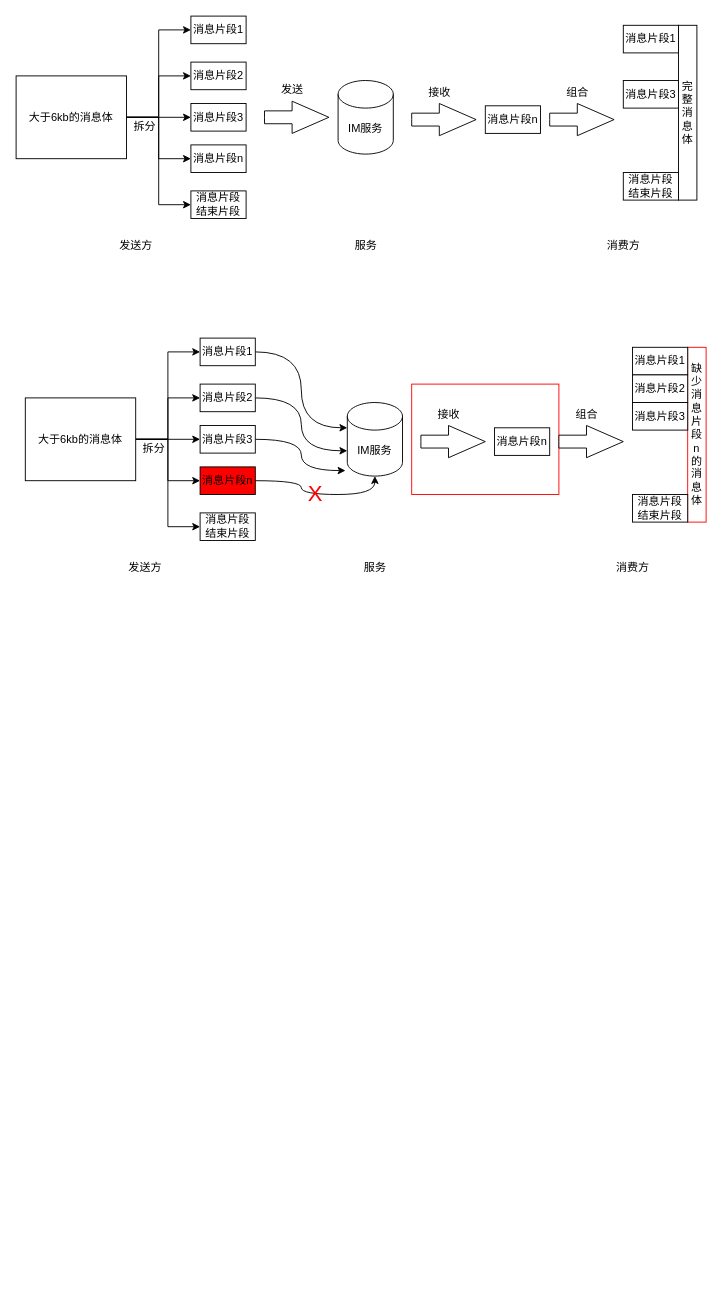
kkgg123/ROOT keeps this draw.io diagram as Untitled Diagram.drawio. Above is the earlier version. Source tidied: cells renumbered, new cells numbered last; positions are measured from the earlier drawing's top-left corner, leaving out a move shared by most shapes. Both pictures are drawn from the tidied source at 92%, with x=0, y=0 at pixel (16, 16).
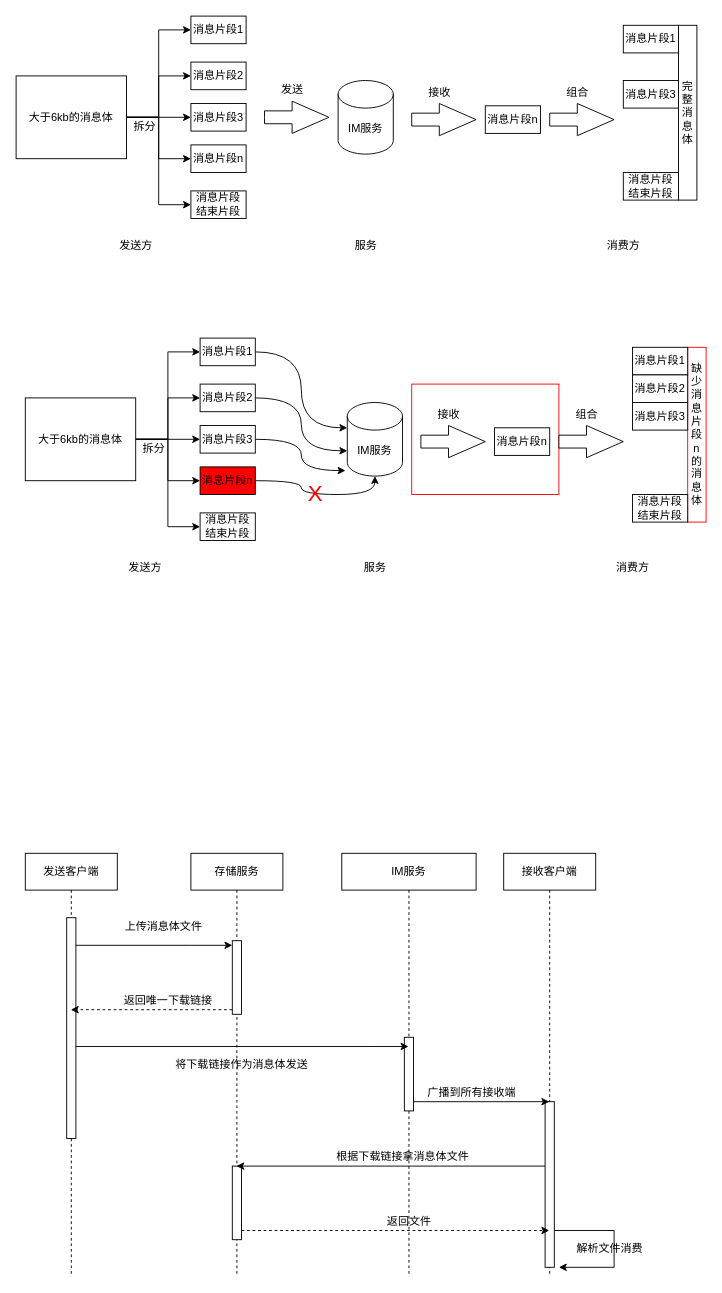
The same diagram, later.

The edit, as a diff of the source:
```diff
@@
+    <mxCell id="61" value="发送客户端" style="shape=umlLifeline;perimeter=lifelinePerimeter;whiteSpace=wrap;html=1;outlineConnect=0;strokeColor=#000000;fillColor=#FFFFFF;" parent="1" vertex="1">
+      <mxGeometry x="10" y="910" width="100" height="460" as="geometry" />
+    </mxCell>
+    <mxCell id="62" style="html=1;points=[];perimeter=orthogonalPerimeter;strokeColor=#000000;fillColor=#FFFFFF;" parent="61" vertex="1">
+      <mxGeometry x="45" y="70" width="10" height="240" as="geometry" />
+    </mxCell>
+    <mxCell id="63" value="存储服务" style="shape=umlLifeline;perimeter=lifelinePerimeter;whiteSpace=wrap;html=1;outlineConnect=0;strokeColor=#000000;fillColor=#FFFFFF;" parent="1" vertex="1">
+      <mxGeometry x="190" y="910" width="100" height="460" as="geometry" />
+    </mxCell>
+    <mxCell id="64" style="html=1;points=[];perimeter=orthogonalPerimeter;strokeColor=#000000;fillColor=#FFFFFF;" parent="63" vertex="1">
+      <mxGeometry x="45" y="95" width="10" height="80" as="geometry" />
+    </mxCell>
+    <mxCell id="65" style="html=1;points=[];perimeter=orthogonalPerimeter;strokeColor=#000000;fillColor=#FFFFFF;" parent="63" vertex="1">
+      <mxGeometry x="45" y="340" width="10" height="80" as="geometry" />
+    </mxCell>
+    <mxCell id="66" value="IM服务" style="shape=umlLifeline;perimeter=lifelinePerimeter;whiteSpace=wrap;html=1;outlineConnect=0;strokeColor=#000000;fillColor=#FFFFFF;" parent="1" vertex="1">
+      <mxGeometry x="354" y="910" width="146" height="460" as="geometry" />
+    </mxCell>
+    <mxCell id="67" style="html=1;points=[];perimeter=orthogonalPerimeter;strokeColor=#000000;fillColor=#FFFFFF;" parent="66" vertex="1">
+      <mxGeometry x="68" y="200" width="10" height="80" as="geometry" />
+    </mxCell>
+    <mxCell id="68" value="根据下载链接拿消息体文件" style="text;html=1;align=center;verticalAlign=middle;strokeColor=none;" parent="66" vertex="1">
+      <mxGeometry x="-14" y="320" width="160" height="20" as="geometry" />
+    </mxCell>
+    <mxCell id="69" value="接收客户端" style="shape=umlLifeline;perimeter=lifelinePerimeter;whiteSpace=wrap;html=1;outlineConnect=0;strokeColor=#000000;fillColor=#FFFFFF;" parent="1" vertex="1">
+      <mxGeometry x="530" y="910" width="100" height="460" as="geometry" />
+    </mxCell>
+    <mxCell id="70" style="edgeStyle=none;rounded=0;jettySize=auto;html=1;fillColor=#FF0000;" parent="1" edge="1" source="62" target="64">
+      <mxGeometry relative="1" as="geometry">
+        <Array as="points">
+          <mxPoint x="190" y="1010" />
+        </Array>
+      </mxGeometry>
+    </mxCell>
+    <mxCell id="71" value="上传消息体文件" style="text;html=1;align=center;verticalAlign=middle;strokeColor=none;" parent="1" vertex="1">
+      <mxGeometry x="110" y="980" width="100" height="20" as="geometry" />
+    </mxCell>
+    <mxCell id="72" style="edgeStyle=none;rounded=0;jettySize=auto;html=1;fillColor=#FF0000;dashed=1;" parent="1" edge="1" source="64" target="61">
+      <mxGeometry relative="1" as="geometry">
+        <Array as="points">
+          <mxPoint x="190" y="1080" />
+        </Array>
+      </mxGeometry>
+    </mxCell>
+    <mxCell id="73" value="返回唯一下载链接" style="text;html=1;align=center;verticalAlign=middle;strokeColor=none;" parent="1" vertex="1">
+      <mxGeometry x="110" y="1060" width="110" height="20" as="geometry" />
+    </mxCell>
+    <mxCell id="74" style="rounded=0;jettySize=auto;html=1;fillColor=#FF0000;" parent="1" edge="1" source="62" target="66">
+      <mxGeometry relative="1" as="geometry">
+        <Array as="points">
+          <mxPoint x="390" y="1120" />
+        </Array>
+      </mxGeometry>
+    </mxCell>
+    <mxCell id="75" value="将下载链接作为消息体发送" style="text;html=1;align=center;verticalAlign=middle;strokeColor=none;" parent="1" vertex="1">
+      <mxGeometry x="165" y="1130" width="160" height="20" as="geometry" />
+    </mxCell>
+    <mxCell id="76" style="edgeStyle=none;rounded=0;jettySize=auto;html=1;fillColor=#FF0000;" parent="1" edge="1" source="79" target="63">
+      <mxGeometry relative="1" as="geometry">
+        <Array as="points">
+          <mxPoint x="460" y="1250" />
+        </Array>
+      </mxGeometry>
+    </mxCell>
+    <mxCell id="77" style="edgeStyle=none;rounded=0;jettySize=auto;html=1;fillColor=#FF0000;" parent="1" edge="1" source="79" target="69">
+      <mxGeometry relative="1" as="geometry" />
+    </mxCell>
+    <mxCell id="78" style="edgeStyle=orthogonalEdgeStyle;rounded=0;jettySize=auto;html=1;fillColor=#FF0000;" parent="1" edge="1" source="79">
+      <mxGeometry relative="1" as="geometry">
+        <mxPoint x="590" y="1360" as="targetPoint" />
+        <Array as="points">
+          <mxPoint x="650" y="1320" />
+          <mxPoint x="650" y="1360" />
+        </Array>
+      </mxGeometry>
+    </mxCell>
+    <mxCell id="79" style="html=1;points=[];perimeter=orthogonalPerimeter;strokeColor=#000000;fillColor=#FFFFFF;" parent="1" vertex="1">
+      <mxGeometry x="575" y="1180" width="10" height="180" as="geometry" />
+    </mxCell>
+    <mxCell id="80" style="edgeStyle=none;rounded=0;jettySize=auto;html=1;fillColor=#FF0000;" parent="1" edge="1" source="67" target="69">
+      <mxGeometry relative="1" as="geometry">
+        <Array as="points">
+          <mxPoint x="530" y="1180" />
+        </Array>
+      </mxGeometry>
+    </mxCell>
+    <mxCell id="81" value="广播到所有接收端" style="text;html=1;align=center;verticalAlign=middle;strokeColor=none;" parent="1" vertex="1">
+      <mxGeometry x="440" y="1160" width="110" height="20" as="geometry" />
+    </mxCell>
+    <mxCell id="82" style="edgeStyle=none;rounded=0;jettySize=auto;html=1;fillColor=#FF0000;dashed=1;" parent="1" edge="1" source="65" target="69">
+      <mxGeometry relative="1" as="geometry">
+        <Array as="points">
+          <mxPoint x="480" y="1320" />
+        </Array>
+      </mxGeometry>
+    </mxCell>
+    <mxCell id="83" value="返回文件" style="text;html=1;align=center;verticalAlign=middle;strokeColor=none;" parent="1" vertex="1">
+      <mxGeometry x="397" y="1300" width="60" height="20" as="geometry" />
+    </mxCell>
+    <mxCell id="84" value="解析文件消费" style="text;html=1;align=center;verticalAlign=middle;strokeColor=none;" parent="1" vertex="1">
+      <mxGeometry x="600" y="1330" width="90" height="20" as="geometry" />
+    </mxCell>
```
